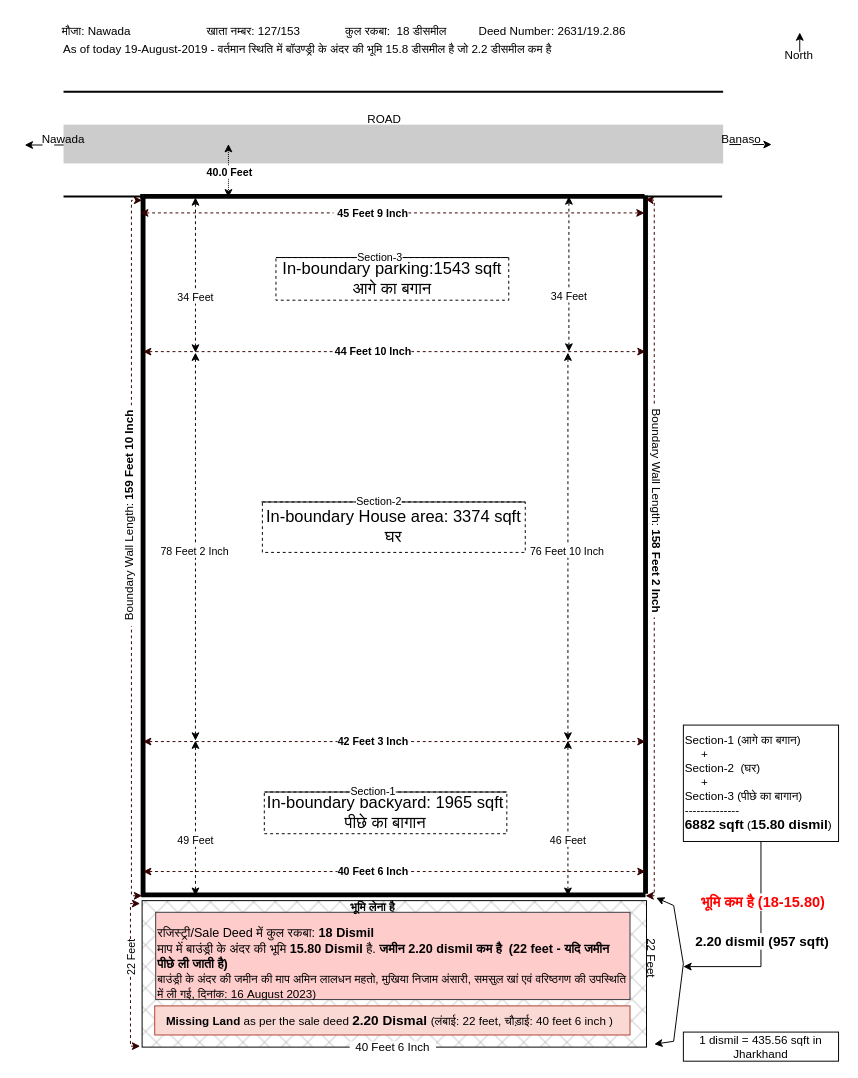
Earlier version of the draw.io diagram drawing/banaso-land/Untitled Diagram.drawio (javabrown/draw.io). Source tidied: cells renumbered, new cells numbered last; positions are measured from the earlier drawing's top-left corner, leaving out a move shared by most shapes. Both pictures are drawn from the tidied source at 97%, with x=0, y=0 at pixel (19, 16).
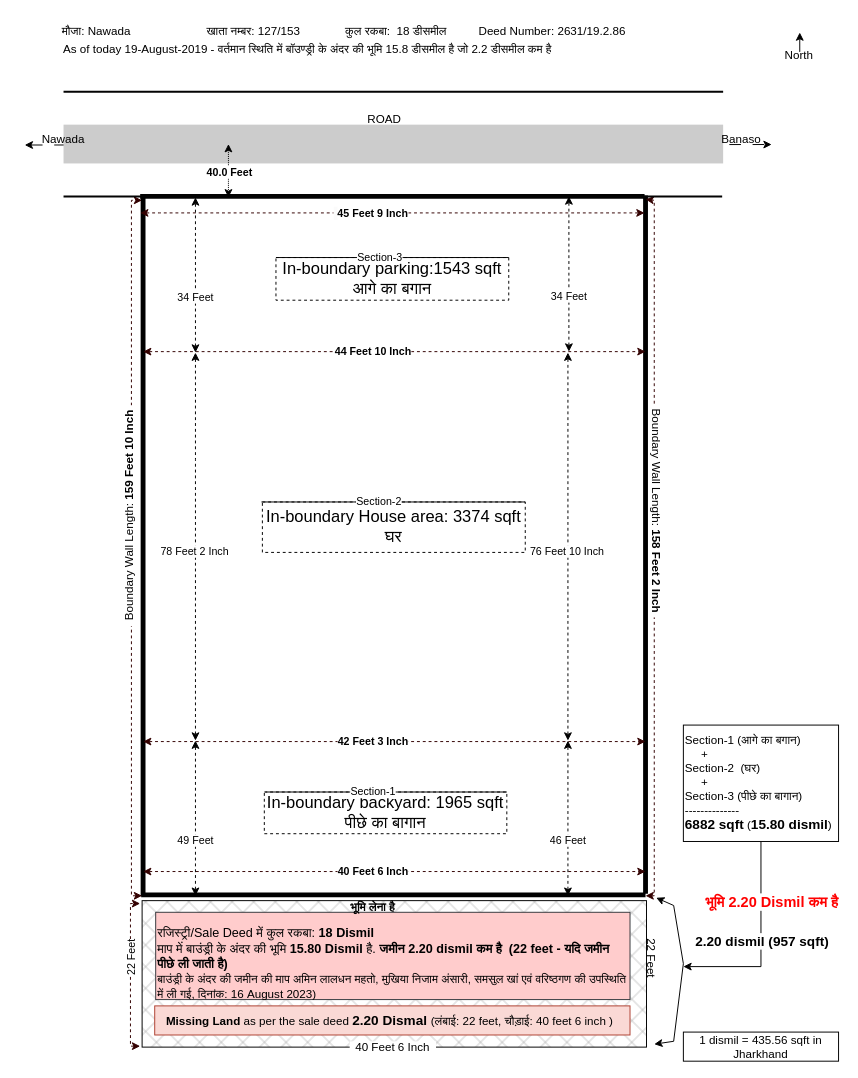
After the change.

The change refers to these unchanged cells:
```xml
<mxCell id="58" style="edgeStyle=orthogonalEdgeStyle;rounded=0;orthogonalLoop=1;jettySize=auto;html=1;" parent="1" edge="1">
  <mxGeometry relative="1" as="geometry">
    <mxPoint x="764" y="840" as="sourcePoint" />
    <mxPoint x="684" y="979" as="targetPoint" />
    <Array as="points">
      <mxPoint x="764" y="979" />
    </Array>
  </mxGeometry>
</mxCell>
```

Change to the diagram source:
```diff
@@
-    <mxCell id="59" value="&amp;nbsp;भूमि कम है (18-15.80)" style="edgeLabel;html=1;align=center;verticalAlign=middle;fontStyle=1;fontColor=#FF0000;fontSize=15;" parent="58" vertex="1">
-      <mxGeometry x="-0.35" y="-1" relative="1" as="geometry" />
+    <mxCell id="59" value="&amp;nbsp;भूमि 2.20 Dismil कम है&amp;nbsp;" style="edgeLabel;html=1;align=center;verticalAlign=middle;fontStyle=1;fontColor=#FF0000;fontSize=15;" parent="58" vertex="1">
+      <mxGeometry x="-0.35" y="-1" relative="1" as="geometry">
+        <mxPoint x="11" as="offset" />
+      </mxGeometry>
     </mxCell>
```
